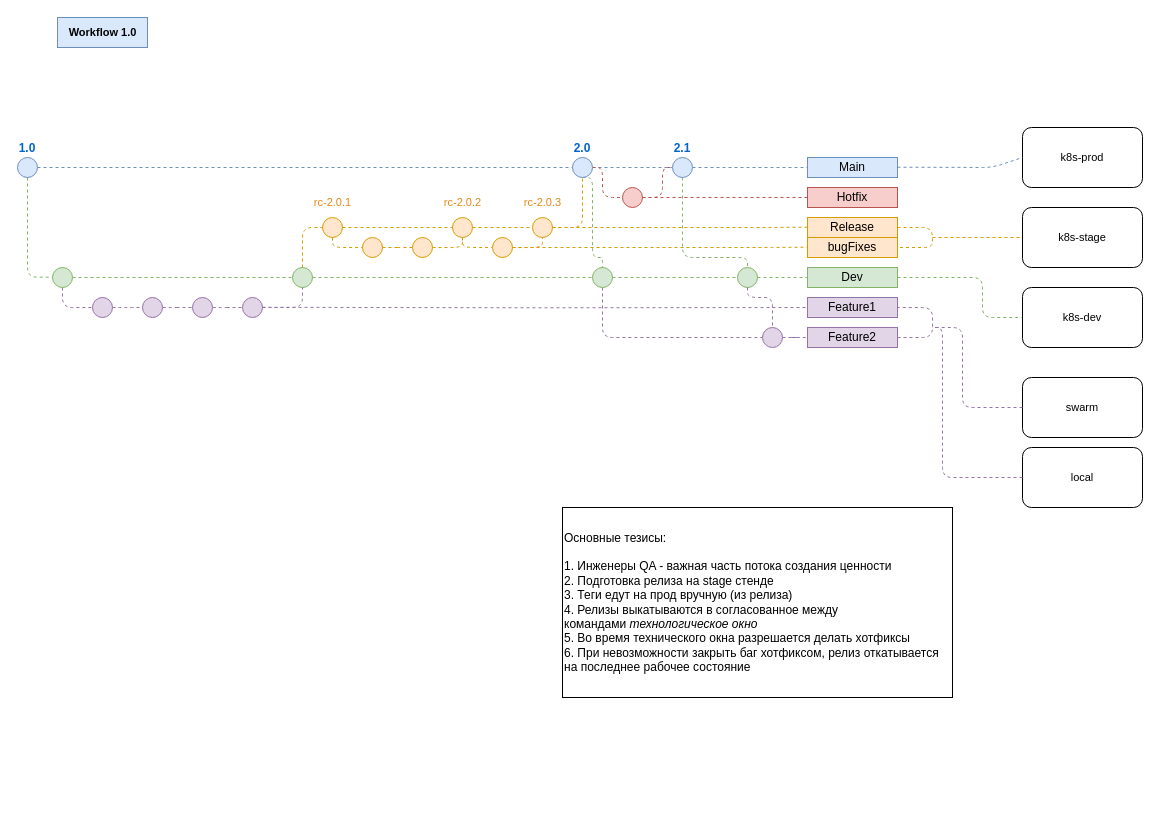
Earlier version of the draw.io diagram workflow.drawio (aa-nikitiuk/drawio). Source tidied: cells renumbered, new cells numbered last; positions are measured from the earlier drawing's top-left corner, leaving out a move shared by most shapes. Both pictures are drawn from the tidied source at 100%, with x=0, y=0 at pixel (17, 17).
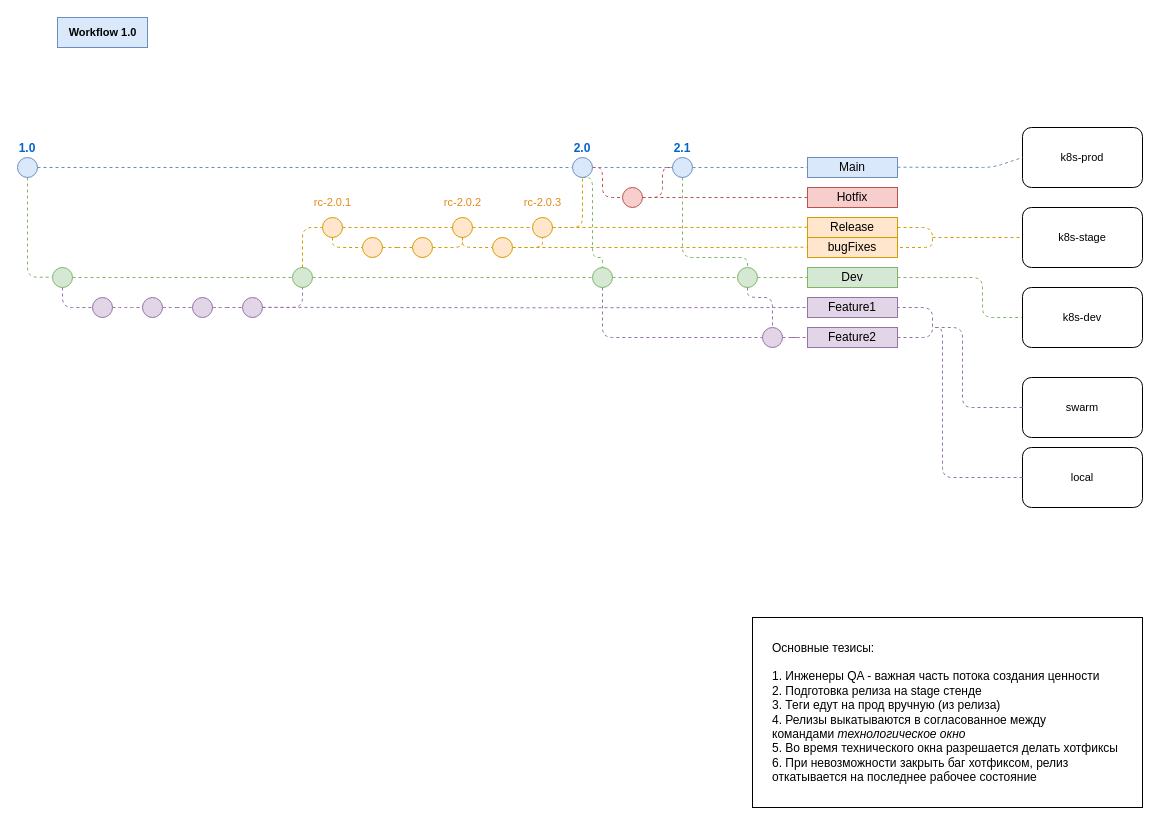
The same diagram, later.

The edit, as a diff of the source:
```diff
@@
-    <mxCell id="41" value="&lt;blockquote style=&quot;margin: 0 0 0 40px; border: none; padding: 0px;&quot;&gt;&lt;/blockquote&gt;&lt;span style=&quot;background-color: initial;&quot;&gt;Основные тезисы:&lt;br&gt;&lt;/span&gt;&lt;br&gt;1. Инженеры QA - важная часть потока создания ценности&lt;br&gt;2. Подготовка релиза на stage стенде&lt;br&gt;3. Теги едут на прод вручную (из релиза)&lt;br&gt;4. Релизы выкатываются в согласованное между командами&amp;nbsp;&lt;i&gt;технологическое окно&lt;br&gt;&lt;/i&gt;5. Во время технического окна разрешается делать хотфиксы&lt;br&gt;6. При невозможности закрыть баг хотфиксом, релиз откатывается на последнее рабочее состояние" style="rounded=0;whiteSpace=wrap;html=1;align=left;" parent="1" vertex="1">
-      <mxGeometry x="545" y="490" width="390" height="190" as="geometry" />
+    <mxCell id="41" value="&lt;blockquote style=&quot;margin: 0 0 0 40px; border: none; padding: 0px;&quot;&gt;&lt;/blockquote&gt;&lt;span style=&quot;background-color: initial;&quot;&gt;Основные тезисы:&lt;br&gt;&lt;/span&gt;&lt;br&gt;1. Инженеры QA - важная часть потока создания ценности&lt;br&gt;2. Подготовка релиза на stage стенде&lt;br&gt;3. Теги едут на прод вручную (из релиза)&lt;br&gt;4. Релизы выкатываются в согласованное между командами&amp;nbsp;&lt;i&gt;технологическое окно&lt;br&gt;&lt;/i&gt;5. Во время технического окна разрешается делать хотфиксы&lt;br&gt;6. При невозможности закрыть баг хотфиксом, релиз откатывается на последнее рабочее состояние" style="rounded=0;whiteSpace=wrap;html=1;align=left;spacingLeft=0;spacingRight=0;spacing=20;" parent="1" vertex="1">
+      <mxGeometry x="735" y="600" width="390" height="190" as="geometry" />
     </mxCell>
```
